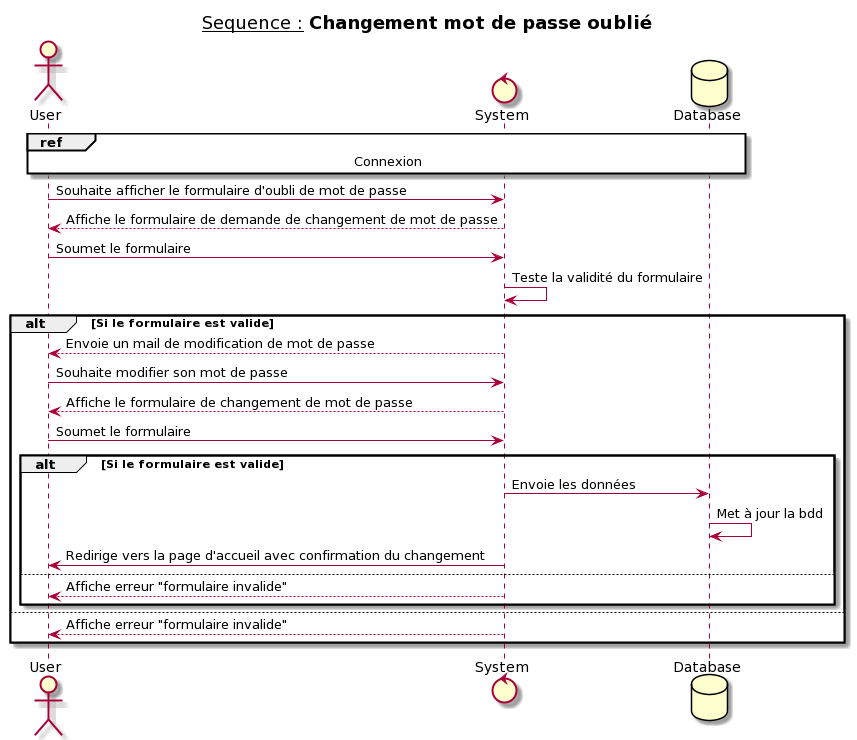
Above: _diagrammes/P06_S3 - Oubli mot de passe.png in Toasted201/OpenClassroom_P06 (PlantUML), before the change.
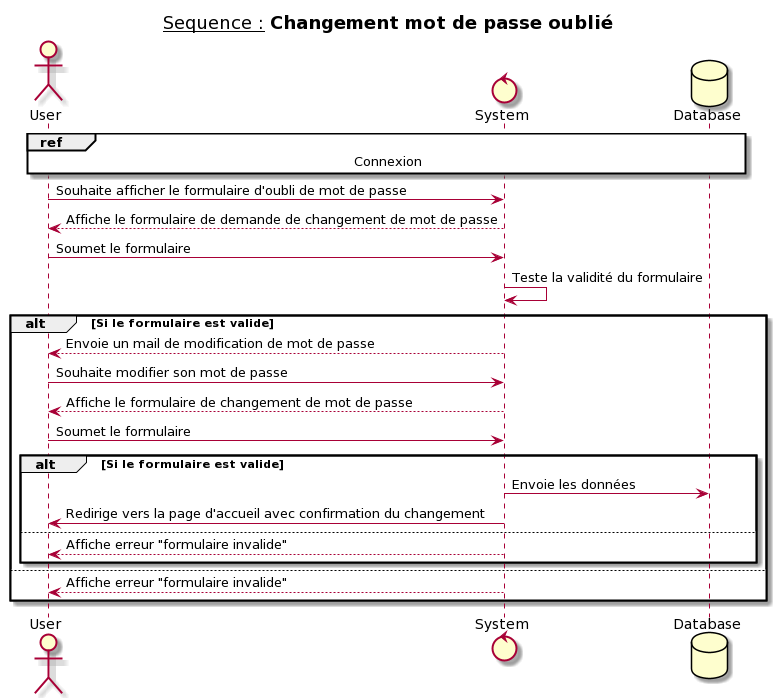
After the commit.

What changed in the source:
```diff
@@ -17,7 +17,6 @@
    User -> System : Soumet le formulaire
    alt Si le formulaire est valide
        System -> Database : Envoie les données
-       Database -> Database : Met à jour la bdd
        System -> User : Redirige vers la page d'accueil avec confirmation du changement
    else
        System --> User : Affiche erreur "formulaire invalide"
```
